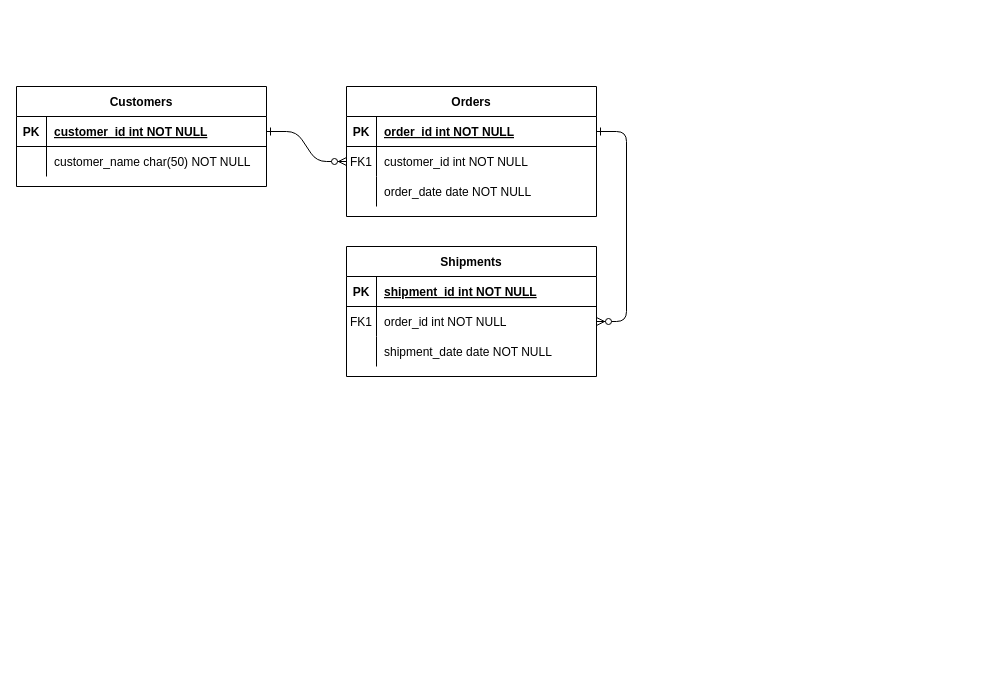
Earlier version of the draw.io diagram pertemuan_3/logical_ERD.drawio (ricky03knowhere/IF214002). Source tidied: cells renumbered, new cells numbered last; positions are measured from the earlier drawing's top-left corner, leaving out a move shared by most shapes. Both pictures are drawn from the tidied source at 100%, with x=0, y=0 at pixel (16, 86).
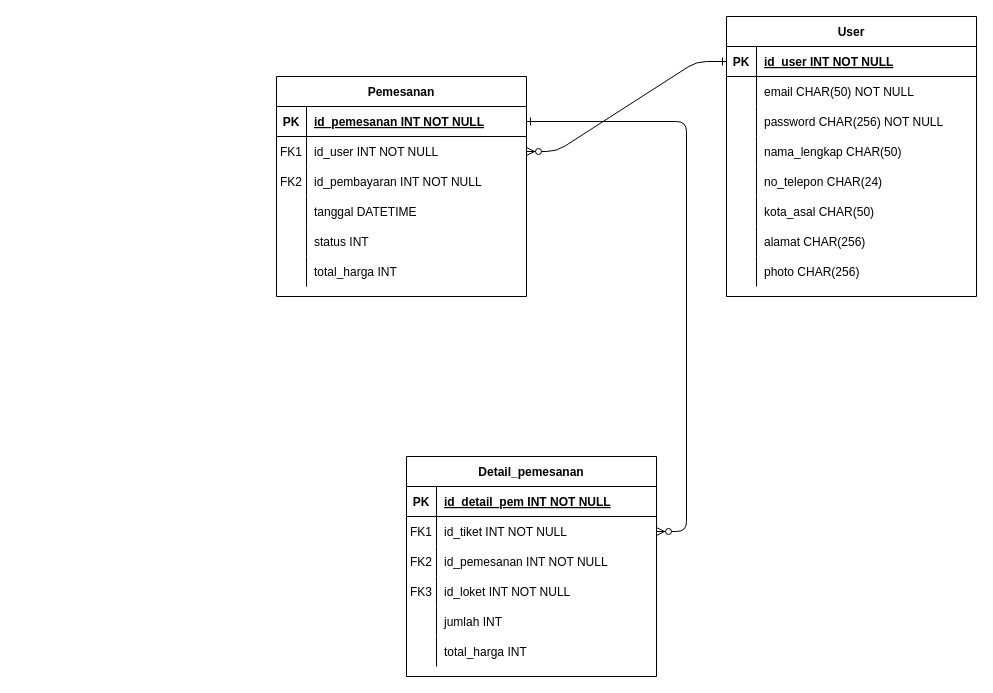
After the change.

The change refers to these unchanged cells:
```xml
<mxCell id="5" style="shape=partialRectangle;fillColor=none;points=[[0,0.5],[1,0.5]];portConstraint=eastwest;top=0;left=0;right=0;bottom=1;" parent="4" vertex="1">
  <mxGeometry y="30" width="250" height="30" as="geometry" />
</mxCell>
<mxCell id="8" style="shape=partialRectangle;fillColor=none;points=[[0,0.5],[1,0.5]];portConstraint=eastwest;top=0;left=0;right=0;bottom=0;" parent="4" vertex="1">
  <mxGeometry y="60" width="250" height="30" as="geometry" />
</mxCell>
<mxCell id="11" style="shape=partialRectangle;fillColor=none;top=0;left=0;right=0;bottom=0;" parent="4" vertex="1">
  <mxGeometry y="90" width="250" height="30" as="geometry" />
</mxCell>
<mxCell id="15" style="shape=partialRectangle;fillColor=none;top=0;left=0;right=0;bottom=1;" parent="14" vertex="1">
  <mxGeometry y="30" width="250" height="30" as="geometry" />
</mxCell>
<mxCell id="18" style="shape=partialRectangle;fillColor=none;points=[[0,0.5],[1,0.5]];portConstraint=eastwest;top=0;left=0;right=0;bottom=0;" parent="14" vertex="1">
  <mxGeometry y="60" width="250" height="30" as="geometry" />
</mxCell>
<mxCell id="21" style="shape=partialRectangle;fillColor=none;top=0;left=0;right=0;bottom=0;" parent="14" vertex="1">
  <mxGeometry y="90" width="250" height="30" as="geometry" />
</mxCell>
<mxCell id="25" style="shape=partialRectangle;fillColor=none;points=[[0,0.5],[1,0.5]];portConstraint=eastwest;top=0;left=0;right=0;bottom=1;" parent="24" vertex="1">
  <mxGeometry y="30" width="250" height="30" as="geometry" />
</mxCell>
<mxCell id="28" style="shape=partialRectangle;fillColor=none;top=0;left=0;right=0;bottom=0;" parent="24" vertex="1">
  <mxGeometry y="60" width="250" height="30" as="geometry" />
</mxCell>
```

Diff of the diagram source:
```diff
@@
-    <mxCell id="2" style="edgeStyle=entityRelationEdgeStyle;endArrow=ERzeroToMany;startArrow=ERone;endFill=1;startFill=0;" parent="1" edge="1" source="25" target="8">
+    <mxCell id="2" style="edgeStyle=entityRelationEdgeStyle;endArrow=ERzeroToMany;startArrow=ERone;endFill=1;startFill=0;entryX=1;entryY=0.5;entryDx=0;entryDy=0;" parent="1" edge="1" source="25" target="8">
       <mxGeometry relative="1" as="geometry" />
     </mxCell>
@@
-    <mxCell id="4" value="Orders" style="shape=table;startSize=30;childLayout=tableLayout;rowLines=0;fontStyle=1;align=center;" parent="1" vertex="1">
-      <mxGeometry x="330" width="250" height="130" as="geometry" />
+    <mxCell id="4" value="Pemesanan" style="shape=table;startSize=30;childLayout=tableLayout;rowLines=0;fontStyle=1;align=center;" parent="1" vertex="1">
+      <mxGeometry x="260" y="-10" width="250" height="220" as="geometry" />
     </mxCell>
@@
-    <mxCell id="7" value="order_id int NOT NULL " style="shape=partialRectangle;overflow=hidden;fillColor=none;top=0;left=0;bottom=0;right=0;align=left;spacingLeft=6;fontStyle=5;" parent="5" vertex="1">
+    <mxCell id="7" value="id_pemesanan INT NOT NULL " style="shape=partialRectangle;overflow=hidden;fillColor=none;top=0;left=0;bottom=0;right=0;align=left;spacingLeft=6;fontStyle=5;" parent="5" vertex="1">
       <mxGeometry x="30" width="220" height="30" as="geometry" />
     </mxCell>
@@
-    <mxCell id="10" value="customer_id int NOT NULL" style="shape=partialRectangle;overflow=hidden;fillColor=none;top=0;left=0;bottom=0;right=0;align=left;spacingLeft=6;" parent="8" vertex="1">
+    <mxCell id="10" value="id_user INT NOT NULL" style="shape=partialRectangle;overflow=hidden;fillColor=none;top=0;left=0;bottom=0;right=0;align=left;spacingLeft=6;" parent="8" vertex="1">
       <mxGeometry x="30" width="220" height="30" as="geometry" />
     </mxCell>
@@
-    <mxCell id="12" style="shape=partialRectangle;overflow=hidden;fillColor=none;top=0;left=0;bottom=0;right=0;" parent="11" vertex="1">
+    <mxCell id="12" value="FK2" style="shape=partialRectangle;overflow=hidden;fillColor=none;top=0;left=0;bottom=0;right=0;" parent="11" vertex="1">
       <mxGeometry width="30" height="30" as="geometry" />
     </mxCell>
-    <mxCell id="13" value="order_date date NOT NULL" style="shape=partialRectangle;overflow=hidden;fillColor=none;top=0;left=0;bottom=0;right=0;align=left;spacingLeft=6;" parent="11" vertex="1">
+    <mxCell id="13" value="id_pembayaran INT NOT NULL" style="shape=partialRectangle;overflow=hidden;fillColor=none;top=0;left=0;bottom=0;right=0;align=left;spacingLeft=6;" parent="11" vertex="1">
       <mxGeometry x="30" width="220" height="30" as="geometry" />
     </mxCell>
+    <mxCell id="31" style="shape=partialRectangle;fillColor=none;top=0;left=0;right=0;bottom=0;" parent="4" vertex="1">
+      <mxGeometry y="120" width="250" height="30" as="geometry" />
+    </mxCell>
+    <mxCell id="32" style="shape=partialRectangle;overflow=hidden;fillColor=none;top=0;left=0;bottom=0;right=0;" parent="31" vertex="1">
+      <mxGeometry width="30" height="30" as="geometry" />
+    </mxCell>
+    <mxCell id="33" value="tanggal DATETIME" style="shape=partialRectangle;overflow=hidden;fillColor=none;top=0;left=0;bottom=0;right=0;align=left;spacingLeft=6;" parent="31" vertex="1">
+      <mxGeometry x="30" width="220" height="30" as="geometry" />
+    </mxCell>
+    <mxCell id="34" style="shape=partialRectangle;fillColor=none;top=0;left=0;right=0;bottom=0;" parent="4" vertex="1">
+      <mxGeometry y="150" width="250" height="30" as="geometry" />
+    </mxCell>
+    <mxCell id="35" style="shape=partialRectangle;overflow=hidden;fillColor=none;top=0;left=0;bottom=0;right=0;" parent="34" vertex="1">
+      <mxGeometry width="30" height="30" as="geometry" />
+    </mxCell>
+    <mxCell id="36" value="status INT" style="shape=partialRectangle;overflow=hidden;fillColor=none;top=0;left=0;bottom=0;right=0;align=left;spacingLeft=6;" parent="34" vertex="1">
+      <mxGeometry x="30" width="220" height="30" as="geometry" />
+    </mxCell>
+    <mxCell id="37" style="shape=partialRectangle;fillColor=none;top=0;left=0;right=0;bottom=0;" parent="4" vertex="1">
+      <mxGeometry y="180" width="250" height="30" as="geometry" />
+    </mxCell>
+    <mxCell id="38" style="shape=partialRectangle;overflow=hidden;fillColor=none;top=0;left=0;bottom=0;right=0;" parent="37" vertex="1">
+      <mxGeometry width="30" height="30" as="geometry" />
+    </mxCell>
+    <mxCell id="39" value="total_harga INT" style="shape=partialRectangle;overflow=hidden;fillColor=none;top=0;left=0;bottom=0;right=0;align=left;spacingLeft=6;" parent="37" vertex="1">
+      <mxGeometry x="30" width="220" height="30" as="geometry" />
+    </mxCell>
-    <mxCell id="14" value="Shipments" style="shape=table;startSize=30;childLayout=tableLayout;rowLines=0;fontStyle=1;align=center;" parent="1" vertex="1">
-      <mxGeometry x="330" y="160" width="250" height="130" as="geometry" />
+    <mxCell id="14" value="Detail_pemesanan" style="shape=table;startSize=30;childLayout=tableLayout;rowLines=0;fontStyle=1;align=center;" parent="1" vertex="1">
+      <mxGeometry x="390" y="370" width="250" height="220" as="geometry" />
     </mxCell>
@@
-    <mxCell id="17" value="shipment_id int NOT NULL " style="shape=partialRectangle;overflow=hidden;fillColor=none;top=0;left=0;bottom=0;right=0;align=left;spacingLeft=6;fontStyle=5;" parent="15" vertex="1">
+    <mxCell id="17" value="id_detail_pem INT NOT NULL " style="shape=partialRectangle;overflow=hidden;fillColor=none;top=0;left=0;bottom=0;right=0;align=left;spacingLeft=6;fontStyle=5;" parent="15" vertex="1">
       <mxGeometry x="30" width="220" height="30" as="geometry" />
     </mxCell>
@@
-    <mxCell id="20" value="order_id int NOT NULL" style="shape=partialRectangle;overflow=hidden;fillColor=none;top=0;left=0;bottom=0;right=0;align=left;spacingLeft=6;" parent="18" vertex="1">
+    <mxCell id="20" value="id_tiket INT NOT NULL" style="shape=partialRectangle;overflow=hidden;fillColor=none;top=0;left=0;bottom=0;right=0;align=left;spacingLeft=6;" parent="18" vertex="1">
       <mxGeometry x="30" width="220" height="30" as="geometry" />
     </mxCell>
@@
-    <mxCell id="22" style="shape=partialRectangle;overflow=hidden;fillColor=none;top=0;left=0;bottom=0;right=0;" parent="21" vertex="1">
+    <mxCell id="22" value="FK2" style="shape=partialRectangle;overflow=hidden;fillColor=none;top=0;left=0;bottom=0;right=0;" parent="21" vertex="1">
       <mxGeometry width="30" height="30" as="geometry" />
     </mxCell>
-    <mxCell id="23" value="shipment_date date NOT NULL" style="shape=partialRectangle;overflow=hidden;fillColor=none;top=0;left=0;bottom=0;right=0;align=left;spacingLeft=6;" parent="21" vertex="1">
+    <mxCell id="23" value="id_pemesanan INT NOT NULL" style="shape=partialRectangle;overflow=hidden;fillColor=none;top=0;left=0;bottom=0;right=0;align=left;spacingLeft=6;" parent="21" vertex="1">
       <mxGeometry x="30" width="220" height="30" as="geometry" />
     </mxCell>
+    <mxCell id="40" style="shape=partialRectangle;fillColor=none;top=0;left=0;right=0;bottom=0;" parent="14" vertex="1">
+      <mxGeometry y="120" width="250" height="30" as="geometry" />
+    </mxCell>
+    <mxCell id="41" value="FK3" style="shape=partialRectangle;overflow=hidden;fillColor=none;top=0;left=0;bottom=0;right=0;" parent="40" vertex="1">
+      <mxGeometry width="30" height="30" as="geometry" />
+    </mxCell>
+    <mxCell id="42" value="id_loket INT NOT NULL" style="shape=partialRectangle;overflow=hidden;fillColor=none;top=0;left=0;bottom=0;right=0;align=left;spacingLeft=6;" parent="40" vertex="1">
+      <mxGeometry x="30" width="220" height="30" as="geometry" />
+    </mxCell>
+    <mxCell id="43" style="shape=partialRectangle;fillColor=none;top=0;left=0;right=0;bottom=0;" parent="14" vertex="1">
+      <mxGeometry y="150" width="250" height="30" as="geometry" />
+    </mxCell>
+    <mxCell id="44" style="shape=partialRectangle;overflow=hidden;fillColor=none;top=0;left=0;bottom=0;right=0;" parent="43" vertex="1">
+      <mxGeometry width="30" height="30" as="geometry" />
+    </mxCell>
+    <mxCell id="45" value="jumlah INT " style="shape=partialRectangle;overflow=hidden;fillColor=none;top=0;left=0;bottom=0;right=0;align=left;spacingLeft=6;" parent="43" vertex="1">
+      <mxGeometry x="30" width="220" height="30" as="geometry" />
+    </mxCell>
+    <mxCell id="46" style="shape=partialRectangle;fillColor=none;top=0;left=0;right=0;bottom=0;" parent="14" vertex="1">
+      <mxGeometry y="180" width="250" height="30" as="geometry" />
+    </mxCell>
+    <mxCell id="47" style="shape=partialRectangle;overflow=hidden;fillColor=none;top=0;left=0;bottom=0;right=0;" parent="46" vertex="1">
+      <mxGeometry width="30" height="30" as="geometry" />
+    </mxCell>
+    <mxCell id="48" value="total_harga INT " style="shape=partialRectangle;overflow=hidden;fillColor=none;top=0;left=0;bottom=0;right=0;align=left;spacingLeft=6;" parent="46" vertex="1">
+      <mxGeometry x="30" width="220" height="30" as="geometry" />
+    </mxCell>
-    <mxCell id="24" value="Customers" style="shape=table;startSize=30;childLayout=tableLayout;rowLines=0;fontStyle=1;align=center;" parent="1" vertex="1">
-      <mxGeometry width="250" height="100" as="geometry" />
+    <mxCell id="24" value="User" style="shape=table;startSize=30;childLayout=tableLayout;rowLines=0;fontStyle=1;align=center;" parent="1" vertex="1">
+      <mxGeometry x="710" y="-70" width="250" height="280" as="geometry" />
     </mxCell>
@@
-    <mxCell id="27" value="customer_id int NOT NULL " style="shape=partialRectangle;overflow=hidden;fillColor=none;top=0;left=0;bottom=0;right=0;align=left;spacingLeft=6;fontStyle=5;" parent="25" vertex="1">
+    <mxCell id="27" value="id_user INT NOT NULL " style="shape=partialRectangle;overflow=hidden;fillColor=none;top=0;left=0;bottom=0;right=0;align=left;spacingLeft=6;fontStyle=5;" parent="25" vertex="1">
       <mxGeometry x="30" width="220" height="30" as="geometry" />
     </mxCell>
@@
-    <mxCell id="30" value="customer_name char(50) NOT NULL" style="shape=partialRectangle;overflow=hidden;fillColor=none;top=0;left=0;bottom=0;right=0;align=left;spacingLeft=6;" parent="28" vertex="1">
+    <mxCell id="30" value="email CHAR(50) NOT NULL" style="shape=partialRectangle;overflow=hidden;fillColor=none;top=0;left=0;bottom=0;right=0;align=left;spacingLeft=6;" parent="28" vertex="1">
       <mxGeometry x="30" width="220" height="30" as="geometry" />
     </mxCell>
+    <mxCell id="49" style="shape=partialRectangle;fillColor=none;top=0;left=0;right=0;bottom=0;" parent="24" vertex="1">
+      <mxGeometry y="90" width="250" height="30" as="geometry" />
+    </mxCell>
+    <mxCell id="50" style="shape=partialRectangle;overflow=hidden;fillColor=none;top=0;left=0;bottom=0;right=0;" parent="49" vertex="1">
+      <mxGeometry width="30" height="30" as="geometry" />
+    </mxCell>
+    <mxCell id="51" value="password CHAR(256) NOT NULL" style="shape=partialRectangle;overflow=hidden;fillColor=none;top=0;left=0;bottom=0;right=0;align=left;spacingLeft=6;" parent="49" vertex="1">
+      <mxGeometry x="30" width="220" height="30" as="geometry" />
+    </mxCell>
+    <mxCell id="52" style="shape=partialRectangle;fillColor=none;top=0;left=0;right=0;bottom=0;" parent="24" vertex="1">
+      <mxGeometry y="120" width="250" height="30" as="geometry" />
+    </mxCell>
+    <mxCell id="53" style="shape=partialRectangle;overflow=hidden;fillColor=none;top=0;left=0;bottom=0;right=0;" parent="52" vertex="1">
+      <mxGeometry width="30" height="30" as="geometry" />
+    </mxCell>
+    <mxCell id="54" value="nama_lengkap CHAR(50) " style="shape=partialRectangle;overflow=hidden;fillColor=none;top=0;left=0;bottom=0;right=0;align=left;spacingLeft=6;" parent="52" vertex="1">
+      <mxGeometry x="30" width="220" height="30" as="geometry" />
+    </mxCell>
+    <mxCell id="55" style="shape=partialRectangle;fillColor=none;top=0;left=0;right=0;bottom=0;" parent="24" vertex="1">
+      <mxGeometry y="150" width="250" height="30" as="geometry" />
+    </mxCell>
+    <mxCell id="56" style="shape=partialRectangle;overflow=hidden;fillColor=none;top=0;left=0;bottom=0;right=0;" parent="55" vertex="1">
+      <mxGeometry width="30" height="30" as="geometry" />
+    </mxCell>
+    <mxCell id="57" value="no_telepon CHAR(24) " style="shape=partialRectangle;overflow=hidden;fillColor=none;top=0;left=0;bottom=0;right=0;align=left;spacingLeft=6;" parent="55" vertex="1">
+      <mxGeometry x="30" width="220" height="30" as="geometry" />
+    </mxCell>
+    <mxCell id="58" style="shape=partialRectangle;fillColor=none;top=0;left=0;right=0;bottom=0;" parent="24" vertex="1">
+      <mxGeometry y="180" width="250" height="30" as="geometry" />
+    </mxCell>
+    <mxCell id="59" style="shape=partialRectangle;overflow=hidden;fillColor=none;top=0;left=0;bottom=0;right=0;" parent="58" vertex="1">
+      <mxGeometry width="30" height="30" as="geometry" />
+    </mxCell>
+    <mxCell id="60" value="kota_asal CHAR(50) " style="shape=partialRectangle;overflow=hidden;fillColor=none;top=0;left=0;bottom=0;right=0;align=left;spacingLeft=6;" parent="58" vertex="1">
+      <mxGeometry x="30" width="220" height="30" as="geometry" />
+    </mxCell>
+    <mxCell id="61" style="shape=partialRectangle;fillColor=none;top=0;left=0;right=0;bottom=0;" parent="24" vertex="1">
+      <mxGeometry y="210" width="250" height="30" as="geometry" />
+    </mxCell>
+    <mxCell id="62" style="shape=partialRectangle;overflow=hidden;fillColor=none;top=0;left=0;bottom=0;right=0;" parent="61" vertex="1">
+      <mxGeometry width="30" height="30" as="geometry" />
+    </mxCell>
+    <mxCell id="63" value="alamat CHAR(256) " style="shape=partialRectangle;overflow=hidden;fillColor=none;top=0;left=0;bottom=0;right=0;align=left;spacingLeft=6;" parent="61" vertex="1">
+      <mxGeometry x="30" width="220" height="30" as="geometry" />
+    </mxCell>
+    <mxCell id="64" style="shape=partialRectangle;fillColor=none;top=0;left=0;right=0;bottom=0;" parent="24" vertex="1">
+      <mxGeometry y="240" width="250" height="30" as="geometry" />
+    </mxCell>
+    <mxCell id="65" style="shape=partialRectangle;overflow=hidden;fillColor=none;top=0;left=0;bottom=0;right=0;" parent="64" vertex="1">
+      <mxGeometry width="30" height="30" as="geometry" />
+    </mxCell>
+    <mxCell id="66" value="photo CHAR(256) " style="shape=partialRectangle;overflow=hidden;fillColor=none;top=0;left=0;bottom=0;right=0;align=left;spacingLeft=6;" parent="64" vertex="1">
+      <mxGeometry x="30" width="220" height="30" as="geometry" />
+    </mxCell>
```
